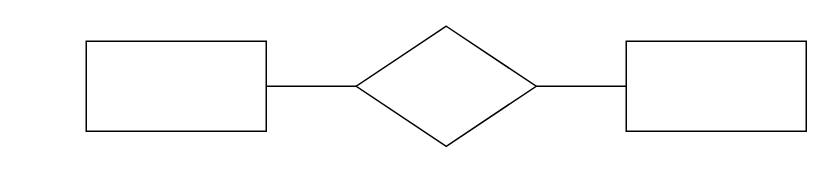
Earlier version of the draw.io diagram 학사관리시스템.drawio (Lsjyeee/DB_MySQL). Source tidied: cells renumbered, new cells numbered last; positions are measured from the earlier drawing's top-left corner, leaving out a move shared by most shapes. Both pictures are drawn from the tidied source at 150%, with x=0, y=0 at pixel (86, 26).
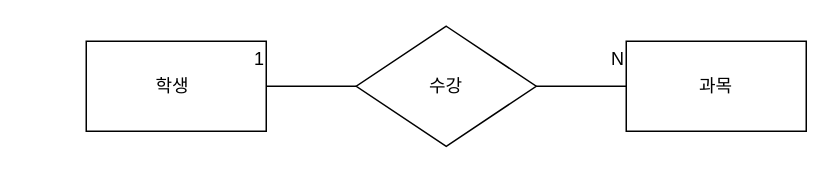
The same page after the edit.

Commit message (it also covers changes not shown here):
학사관리시스템.drawio 업데이트

The edit, as a diff of the source:
```diff
@@
 <mxGraphModel>
   <root>
     <mxCell id="0" />
     <mxCell id="1" parent="0" />
-    <mxCell id="2" style="rounded=0;whiteSpace=wrap;html=1;" parent="1" vertex="1">
+    <mxCell id="2" value="학생&lt;span style=&quot;white-space: pre;&quot;&gt;&#9;&lt;/span&gt;" style="rounded=0;whiteSpace=wrap;html=1;" parent="1" vertex="1">
       <mxGeometry y="10" width="120" height="60" as="geometry" />
     </mxCell>
-    <mxCell id="3" style="rhombus;whiteSpace=wrap;html=1;" parent="1" vertex="1">
+    <mxCell id="3" value="수강" style="rhombus;whiteSpace=wrap;html=1;" parent="1" vertex="1">
       <mxGeometry x="180" width="120" height="80" as="geometry" />
     </mxCell>
-    <mxCell id="4" style="rounded=0;whiteSpace=wrap;html=1;" parent="1" vertex="1">
+    <mxCell id="4" value="과목" style="rounded=0;whiteSpace=wrap;html=1;" parent="1" vertex="1">
       <mxGeometry x="360" y="10" width="120" height="60" as="geometry" />
     </mxCell>
     <mxCell id="5" style="endArrow=none;html=1;rounded=0;exitX=1;exitY=0.5;exitDx=0;exitDy=0;entryX=0;entryY=0.5;entryDx=0;entryDy=0;" parent="1" edge="1" source="2" target="3">
       <mxGeometry relative="1" as="geometry" />
     </mxCell>
     <mxCell id="6" style="endArrow=none;html=1;rounded=0;entryX=1;entryY=0.5;entryDx=0;entryDy=0;exitX=0;exitY=0.5;exitDx=0;exitDy=0;" parent="1" edge="1" source="4" target="3">
       <mxGeometry relative="1" as="geometry" />
     </mxCell>
+    <mxCell id="7" style="endArrow=none;html=1;rounded=0;opacity=0;" parent="1" edge="1">
+      <mxGeometry relative="1" as="geometry">
+        <mxPoint x="-40" y="30" as="sourcePoint" />
+        <mxPoint x="120" y="30" as="targetPoint" />
+      </mxGeometry>
+    </mxCell>
+    <mxCell id="8" value="1" style="html=1;whiteSpace=wrap;align=right;verticalAlign=bottom;" parent="7" vertex="1">
+      <mxGeometry x="1" relative="1" as="geometry" />
+    </mxCell>
+    <mxCell id="9" style="endArrow=none;html=1;rounded=0;opacity=0;" parent="1" edge="1">
+      <mxGeometry relative="1" as="geometry">
+        <mxPoint x="220" y="30" as="sourcePoint" />
+        <mxPoint x="380" y="30" as="targetPoint" />
+      </mxGeometry>
+    </mxCell>
+    <mxCell id="10" value="N" style="html=1;whiteSpace=wrap;align=right;verticalAlign=bottom;" parent="9" vertex="1">
+      <mxGeometry x="1" relative="1" as="geometry">
+        <mxPoint x="-20" as="offset" />
+      </mxGeometry>
+    </mxCell>
   </root>
 </mxGraphModel>
```
